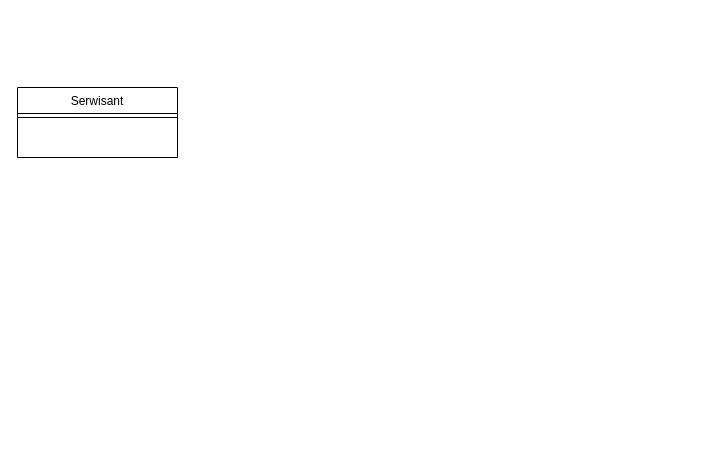
MichjuX/UML_Diagrams keeps this draw.io diagram as przed-w-diagram-klas.drawio. Above is the earlier version. Source tidied: cells renumbered, new cells numbered last; positions are measured from the earlier drawing's top-left corner, leaving out a move shared by most shapes. Both pictures are drawn from the tidied source at 100%, with x=0, y=0 at pixel (17, 87).
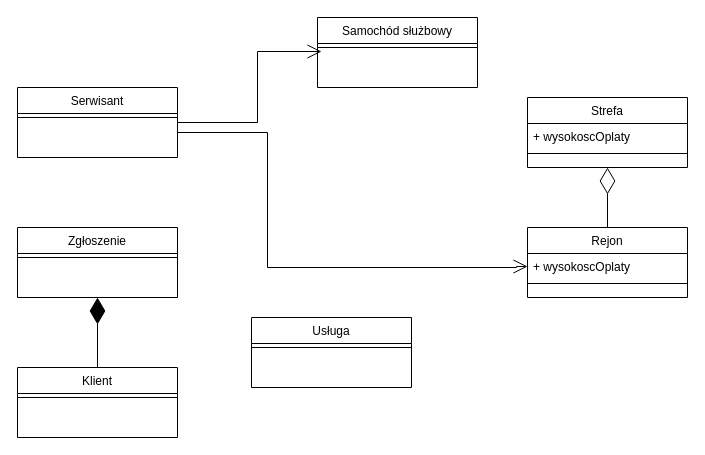
After the change.

The change refers to these unchanged cells:
```xml
<mxCell id="2" value="Serwisant" style="swimlane;fontStyle=0;align=center;verticalAlign=top;horizontal=1;startSize=26;rounded=0;shadow=0;strokeWidth=1;" parent="1" vertex="1">
  <mxGeometry width="160" height="70" as="geometry" />
</mxCell>
```

The edit, as a diff of the source:
```diff
@@
+    <mxCell id="4" value="Samochód służbowy" style="swimlane;fontStyle=0;align=center;verticalAlign=top;horizontal=1;startSize=26;rounded=0;shadow=0;strokeWidth=1;" parent="1" vertex="1">
+      <mxGeometry x="300" y="-70" width="160" height="70" as="geometry" />
+    </mxCell>
+    <mxCell id="5" style="line;html=1;strokeWidth=1;align=left;verticalAlign=middle;spacingTop=-1;spacingLeft=3;spacingRight=3;labelPosition=right;points=[];portConstraint=eastwest;" parent="4" vertex="1">
+      <mxGeometry y="26" width="160" height="8" as="geometry" />
+    </mxCell>
+    <mxCell id="6" value="Strefa" style="swimlane;fontStyle=0;align=center;verticalAlign=top;horizontal=1;startSize=26;rounded=0;shadow=0;strokeWidth=1;" parent="1" vertex="1">
+      <mxGeometry x="510" y="10" width="160" height="70" as="geometry" />
+    </mxCell>
+    <mxCell id="7" value="+ wysokoscOplaty" style="text;strokeColor=none;fillColor=none;align=left;verticalAlign=top;spacingLeft=4;spacingRight=4;overflow=hidden;whiteSpace=wrap;html=1;" parent="6" vertex="1">
+      <mxGeometry y="26" width="160" height="26" as="geometry" />
+    </mxCell>
+    <mxCell id="8" style="line;html=1;strokeWidth=1;align=left;verticalAlign=middle;spacingTop=-1;spacingLeft=3;spacingRight=3;labelPosition=right;" parent="6" vertex="1">
+      <mxGeometry y="52" width="160" height="8" as="geometry" />
+    </mxCell>
+    <mxCell id="9" value="Zgłoszenie" style="swimlane;fontStyle=0;align=center;verticalAlign=top;horizontal=1;startSize=26;rounded=0;shadow=0;strokeWidth=1;" parent="1" vertex="1">
+      <mxGeometry y="140" width="160" height="70" as="geometry" />
+    </mxCell>
+    <mxCell id="10" style="line;html=1;strokeWidth=1;align=left;verticalAlign=middle;spacingTop=-1;spacingLeft=3;spacingRight=3;labelPosition=right;" parent="9" vertex="1">
+      <mxGeometry y="26" width="160" height="8" as="geometry" />
+    </mxCell>
+    <mxCell id="11" value="Klient" style="swimlane;fontStyle=0;align=center;verticalAlign=top;horizontal=1;startSize=26;rounded=0;shadow=0;strokeWidth=1;" parent="1" vertex="1">
+      <mxGeometry y="280" width="160" height="70" as="geometry" />
+    </mxCell>
+    <mxCell id="12" style="line;html=1;strokeWidth=1;align=left;verticalAlign=middle;spacingTop=-1;spacingLeft=3;spacingRight=3;labelPosition=right;" parent="11" vertex="1">
+      <mxGeometry y="26" width="160" height="8" as="geometry" />
+    </mxCell>
+    <mxCell id="13" style="endArrow=diamondThin;endFill=1;endSize=24;html=1;rounded=0;exitX=0.5;exitY=0;exitDx=0;exitDy=0;entryX=0.5;entryY=1;entryDx=0;entryDy=0;" parent="1" edge="1" source="11" target="9">
+      <mxGeometry relative="1" as="geometry" />
+    </mxCell>
+    <mxCell id="14" value="Usługa" style="swimlane;fontStyle=0;align=center;verticalAlign=top;horizontal=1;startSize=26;rounded=0;shadow=0;strokeWidth=1;" parent="1" vertex="1">
+      <mxGeometry x="234" y="230" width="160" height="70" as="geometry" />
+    </mxCell>
+    <mxCell id="15" style="line;html=1;strokeWidth=1;align=left;verticalAlign=middle;spacingTop=-1;spacingLeft=3;spacingRight=3;labelPosition=right;" parent="14" vertex="1">
+      <mxGeometry y="26" width="160" height="8" as="geometry" />
+    </mxCell>
+    <mxCell id="16" style="endArrow=open;endFill=1;endSize=12;html=1;rounded=0;exitX=1;exitY=0.5;exitDx=0;exitDy=0;entryX=0.025;entryY=1;entryDx=0;entryDy=0;entryPerimeter=0;edgeStyle=orthogonalEdgeStyle;" parent="1" edge="1" source="2" target="5">
+      <mxGeometry relative="1" as="geometry">
+        <Array as="points">
+          <mxPoint x="240" y="35" />
+          <mxPoint x="240" y="-36" />
+        </Array>
+      </mxGeometry>
+    </mxCell>
+    <mxCell id="17" value="Rejon" style="swimlane;fontStyle=0;align=center;verticalAlign=top;horizontal=1;startSize=26;rounded=0;shadow=0;strokeWidth=1;" parent="1" vertex="1">
+      <mxGeometry x="510" y="140" width="160" height="70" as="geometry" />
+    </mxCell>
+    <mxCell id="18" value="+ wysokoscOplaty" style="text;strokeColor=none;fillColor=none;align=left;verticalAlign=top;spacingLeft=4;spacingRight=4;overflow=hidden;points=[[0,0.5],[1,0.5]];portConstraint=eastwest;whiteSpace=wrap;html=1;" parent="17" vertex="1">
+      <mxGeometry y="26" width="160" height="26" as="geometry" />
+    </mxCell>
+    <mxCell id="19" style="line;html=1;strokeWidth=1;align=left;verticalAlign=middle;spacingTop=-1;spacingLeft=3;spacingRight=3;labelPosition=right;" parent="17" vertex="1">
+      <mxGeometry y="52" width="160" height="8" as="geometry" />
+    </mxCell>
+    <mxCell id="20" style="endArrow=open;endFill=1;endSize=12;html=1;rounded=0;exitX=1;exitY=0.5;exitDx=0;exitDy=0;edgeStyle=orthogonalEdgeStyle;entryX=0;entryY=0.5;entryDx=0;entryDy=0;" parent="1" edge="1" source="2" target="18">
+      <mxGeometry relative="1" as="geometry">
+        <Array as="points">
+          <mxPoint x="160" y="45" />
+          <mxPoint x="250" y="45" />
+          <mxPoint x="250" y="180" />
+          <mxPoint x="499" y="180" />
+        </Array>
+      </mxGeometry>
+    </mxCell>
+    <mxCell id="21" style="endArrow=diamondThin;endFill=0;endSize=24;html=1;rounded=0;entryX=0.5;entryY=1;entryDx=0;entryDy=0;exitX=0.5;exitY=0;exitDx=0;exitDy=0;" parent="1" edge="1" source="17" target="6">
+      <mxGeometry relative="1" as="geometry" />
+    </mxCell>
```
